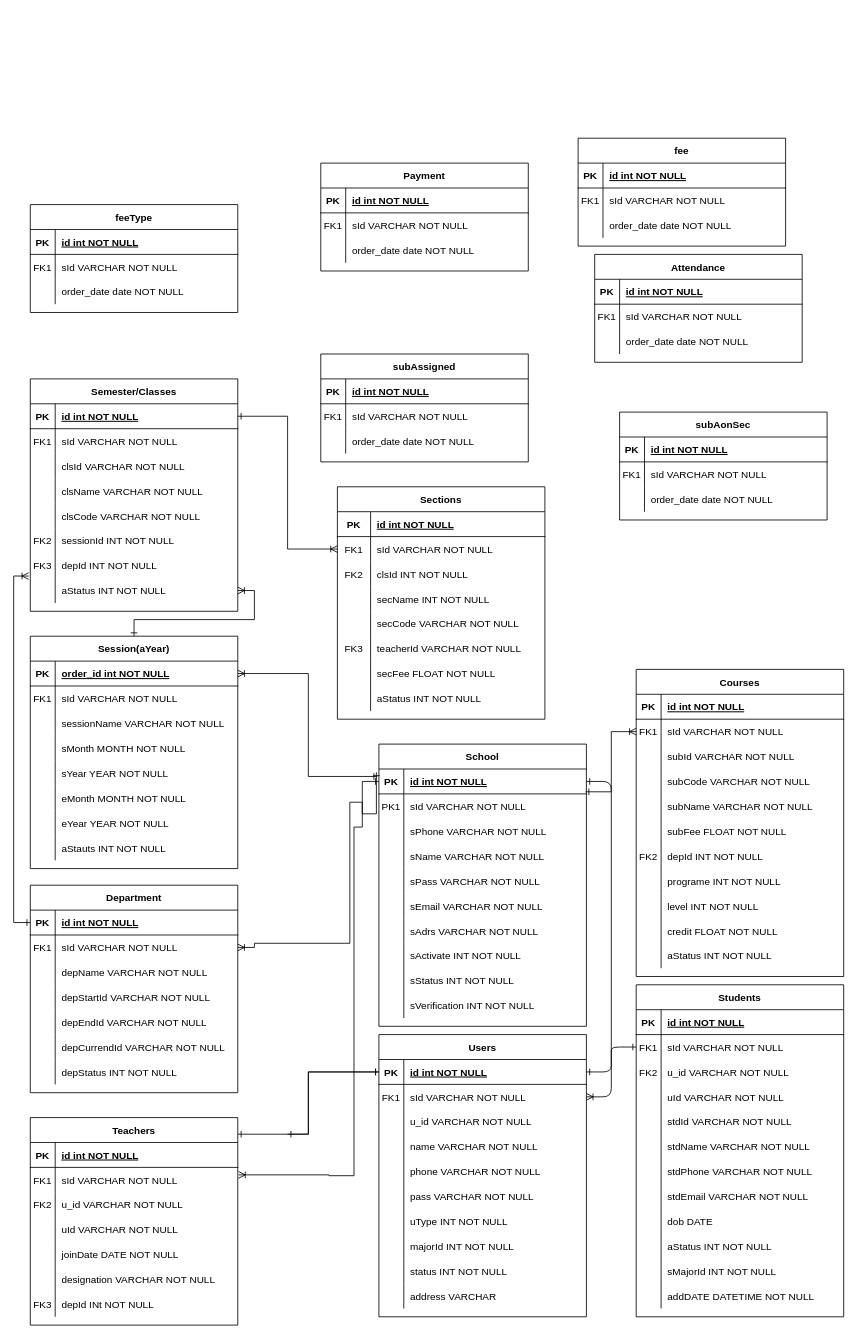
FF-Practice/FF_0 keeps this draw.io diagram as Untitled Diagram.drawio. Above is the earlier version. Source tidied: cells renumbered, new cells numbered last; positions are measured from the earlier drawing's top-left corner, leaving out a move shared by most shapes. Both pictures are drawn from the tidied source at 83%, with x=0, y=0 at pixel (13, 138).
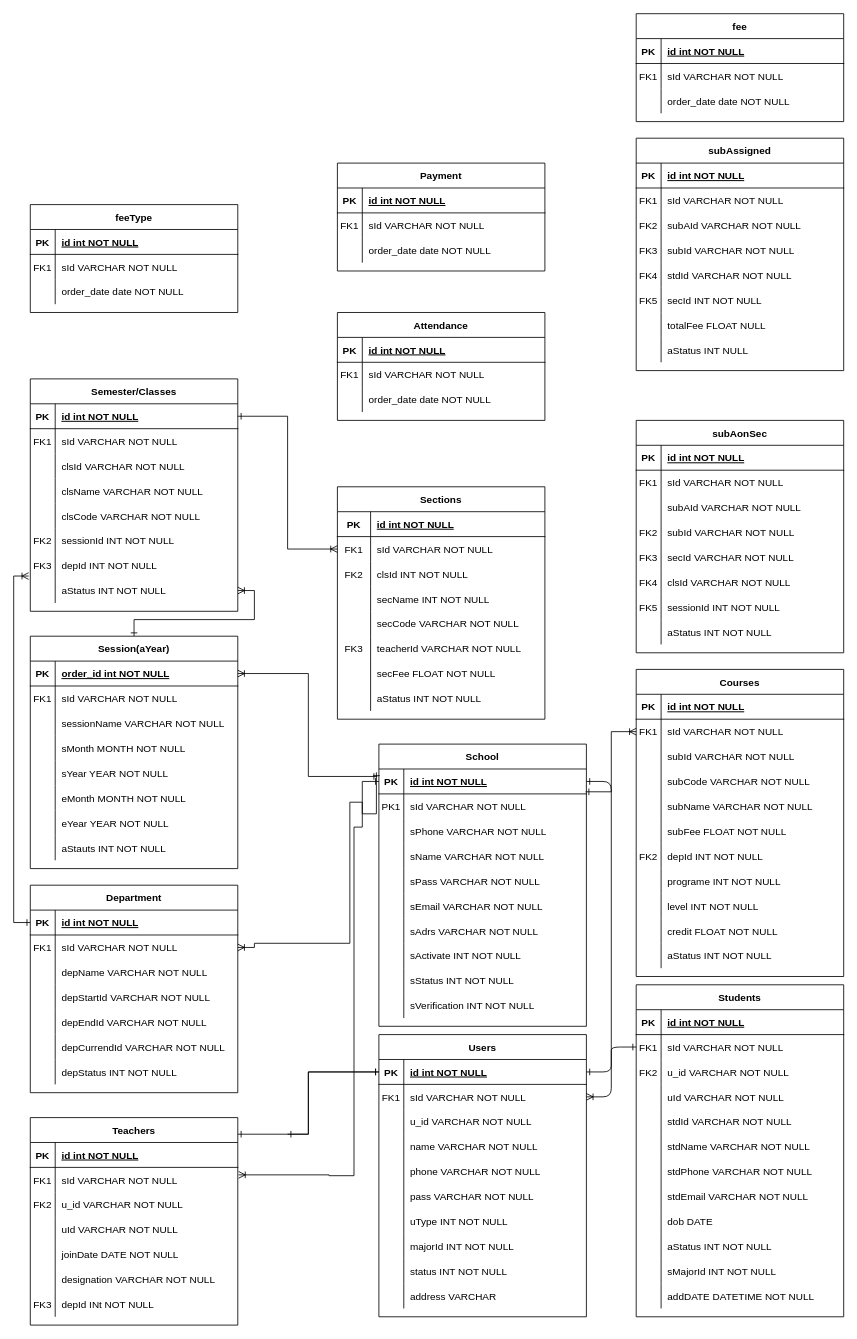
Above is the later version.

Unchanged cells that the change refers to:
```xml
<mxCell id="203" style="shape=partialRectangle;fillColor=none;top=0;left=0;right=0;bottom=0;" parent="196" vertex="1">
  <mxGeometry y="90" width="250" height="30" as="geometry" />
</mxCell>
<mxCell id="247" style="shape=partialRectangle;fillColor=none;top=0;left=0;right=0;bottom=0;" parent="240" vertex="1">
  <mxGeometry y="90" width="250" height="30" as="geometry" />
</mxCell>
```

Change to the diagram source:
```diff
@@
     <mxCell id="196" value="subAonSec" style="shape=table;startSize=30;childLayout=tableLayout;rowLines=0;fontStyle=1;align=center;" parent="1" vertex="1">
-      <mxGeometry x="730" y="330" width="250" height="130" as="geometry" />
+      <mxGeometry x="750" y="340" width="250" height="280" as="geometry" />
     </mxCell>
@@
-    <mxCell id="205" value="order_date date NOT NULL" style="shape=partialRectangle;overflow=hidden;fillColor=none;top=0;left=0;bottom=0;right=0;align=left;spacingLeft=6;" parent="203" vertex="1">
+    <mxCell id="205" value="subAId VARCHAR NOT NULL" style="shape=partialRectangle;overflow=hidden;fillColor=none;top=0;left=0;bottom=0;right=0;align=left;spacingLeft=6;" parent="203" vertex="1">
       <mxGeometry x="30" width="220" height="30" as="geometry" />
     </mxCell>
+    <mxCell id="325" style="shape=partialRectangle;fillColor=none;top=0;left=0;right=0;bottom=0;" parent="196" vertex="1">
+      <mxGeometry y="120" width="250" height="30" as="geometry" />
+    </mxCell>
+    <mxCell id="326" value="FK2" style="shape=partialRectangle;overflow=hidden;fillColor=none;top=0;left=0;bottom=0;right=0;" parent="325" vertex="1">
+      <mxGeometry width="30" height="30" as="geometry" />
+    </mxCell>
+    <mxCell id="327" value="subId VARCHAR NOT NULL" style="shape=partialRectangle;overflow=hidden;fillColor=none;top=0;left=0;bottom=0;right=0;align=left;spacingLeft=6;" parent="325" vertex="1">
+      <mxGeometry x="30" width="220" height="30" as="geometry" />
+    </mxCell>
+    <mxCell id="328" style="shape=partialRectangle;fillColor=none;top=0;left=0;right=0;bottom=0;" parent="196" vertex="1">
+      <mxGeometry y="150" width="250" height="30" as="geometry" />
+    </mxCell>
+    <mxCell id="329" value="FK3" style="shape=partialRectangle;overflow=hidden;fillColor=none;top=0;left=0;bottom=0;right=0;" parent="328" vertex="1">
+      <mxGeometry width="30" height="30" as="geometry" />
+    </mxCell>
+    <mxCell id="330" value="secId VARCHAR NOT NULL" style="shape=partialRectangle;overflow=hidden;fillColor=none;top=0;left=0;bottom=0;right=0;align=left;spacingLeft=6;" parent="328" vertex="1">
+      <mxGeometry x="30" width="220" height="30" as="geometry" />
+    </mxCell>
+    <mxCell id="331" style="shape=partialRectangle;fillColor=none;top=0;left=0;right=0;bottom=0;" parent="196" vertex="1">
+      <mxGeometry y="180" width="250" height="30" as="geometry" />
+    </mxCell>
+    <mxCell id="332" value="FK4" style="shape=partialRectangle;overflow=hidden;fillColor=none;top=0;left=0;bottom=0;right=0;" parent="331" vertex="1">
+      <mxGeometry width="30" height="30" as="geometry" />
+    </mxCell>
+    <mxCell id="333" value="clsId VARCHAR NOT NULL" style="shape=partialRectangle;overflow=hidden;fillColor=none;top=0;left=0;bottom=0;right=0;align=left;spacingLeft=6;" parent="331" vertex="1">
+      <mxGeometry x="30" width="220" height="30" as="geometry" />
+    </mxCell>
+    <mxCell id="334" style="shape=partialRectangle;fillColor=none;top=0;left=0;right=0;bottom=0;" parent="196" vertex="1">
+      <mxGeometry y="210" width="250" height="30" as="geometry" />
+    </mxCell>
+    <mxCell id="335" value="FK5" style="shape=partialRectangle;overflow=hidden;fillColor=none;top=0;left=0;bottom=0;right=0;" parent="334" vertex="1">
+      <mxGeometry width="30" height="30" as="geometry" />
+    </mxCell>
+    <mxCell id="336" value="sessionId INT NOT NULL" style="shape=partialRectangle;overflow=hidden;fillColor=none;top=0;left=0;bottom=0;right=0;align=left;spacingLeft=6;" parent="334" vertex="1">
+      <mxGeometry x="30" width="220" height="30" as="geometry" />
+    </mxCell>
+    <mxCell id="337" style="shape=partialRectangle;fillColor=none;top=0;left=0;right=0;bottom=0;" parent="196" vertex="1">
+      <mxGeometry y="240" width="250" height="30" as="geometry" />
+    </mxCell>
+    <mxCell id="338" style="shape=partialRectangle;overflow=hidden;fillColor=none;top=0;left=0;bottom=0;right=0;" parent="337" vertex="1">
+      <mxGeometry width="30" height="30" as="geometry" />
+    </mxCell>
+    <mxCell id="339" value="aStatus INT NOT NULL" style="shape=partialRectangle;overflow=hidden;fillColor=none;top=0;left=0;bottom=0;right=0;align=left;spacingLeft=6;" parent="337" vertex="1">
+      <mxGeometry x="30" width="220" height="30" as="geometry" />
+    </mxCell>
@@
     <mxCell id="240" value="subAssigned" style="shape=table;startSize=30;childLayout=tableLayout;rowLines=0;fontStyle=1;align=center;" parent="1" vertex="1">
-      <mxGeometry x="370" y="260" width="250" height="130" as="geometry" />
+      <mxGeometry x="750" width="250" height="280" as="geometry" />
     </mxCell>
@@
-    <mxCell id="248" style="shape=partialRectangle;overflow=hidden;fillColor=none;top=0;left=0;bottom=0;right=0;" parent="247" vertex="1">
+    <mxCell id="248" value="FK2" style="shape=partialRectangle;overflow=hidden;fillColor=none;top=0;left=0;bottom=0;right=0;" parent="247" vertex="1">
       <mxGeometry width="30" height="30" as="geometry" />
     </mxCell>
-    <mxCell id="249" value="order_date date NOT NULL" style="shape=partialRectangle;overflow=hidden;fillColor=none;top=0;left=0;bottom=0;right=0;align=left;spacingLeft=6;" parent="247" vertex="1">
+    <mxCell id="249" value="subAId VARCHAR NOT NULL" style="shape=partialRectangle;overflow=hidden;fillColor=none;top=0;left=0;bottom=0;right=0;align=left;spacingLeft=6;" parent="247" vertex="1">
       <mxGeometry x="30" width="220" height="30" as="geometry" />
     </mxCell>
+    <mxCell id="340" style="shape=partialRectangle;fillColor=none;top=0;left=0;right=0;bottom=0;" parent="240" vertex="1">
+      <mxGeometry y="120" width="250" height="30" as="geometry" />
+    </mxCell>
+    <mxCell id="341" value="FK3" style="shape=partialRectangle;overflow=hidden;fillColor=none;top=0;left=0;bottom=0;right=0;" parent="340" vertex="1">
+      <mxGeometry width="30" height="30" as="geometry" />
+    </mxCell>
+    <mxCell id="342" value="subId VARCHAR NOT NULL" style="shape=partialRectangle;overflow=hidden;fillColor=none;top=0;left=0;bottom=0;right=0;align=left;spacingLeft=6;" parent="340" vertex="1">
+      <mxGeometry x="30" width="220" height="30" as="geometry" />
+    </mxCell>
+    <mxCell id="343" style="shape=partialRectangle;fillColor=none;top=0;left=0;right=0;bottom=0;" parent="240" vertex="1">
+      <mxGeometry y="150" width="250" height="30" as="geometry" />
+    </mxCell>
+    <mxCell id="344" value="FK4" style="shape=partialRectangle;overflow=hidden;fillColor=none;top=0;left=0;bottom=0;right=0;" parent="343" vertex="1">
+      <mxGeometry width="30" height="30" as="geometry" />
+    </mxCell>
+    <mxCell id="345" value="stdId VARCHAR NOT NULL" style="shape=partialRectangle;overflow=hidden;fillColor=none;top=0;left=0;bottom=0;right=0;align=left;spacingLeft=6;" parent="343" vertex="1">
+      <mxGeometry x="30" width="220" height="30" as="geometry" />
+    </mxCell>
+    <mxCell id="346" style="shape=partialRectangle;fillColor=none;top=0;left=0;right=0;bottom=0;" parent="240" vertex="1">
+      <mxGeometry y="180" width="250" height="30" as="geometry" />
+    </mxCell>
+    <mxCell id="347" value="FK5" style="shape=partialRectangle;overflow=hidden;fillColor=none;top=0;left=0;bottom=0;right=0;" parent="346" vertex="1">
+      <mxGeometry width="30" height="30" as="geometry" />
+    </mxCell>
+    <mxCell id="348" value="secId INT NOT NULL" style="shape=partialRectangle;overflow=hidden;fillColor=none;top=0;left=0;bottom=0;right=0;align=left;spacingLeft=6;" parent="346" vertex="1">
+      <mxGeometry x="30" width="220" height="30" as="geometry" />
+    </mxCell>
+    <mxCell id="349" style="shape=partialRectangle;fillColor=none;top=0;left=0;right=0;bottom=0;" parent="240" vertex="1">
+      <mxGeometry y="210" width="250" height="30" as="geometry" />
+    </mxCell>
+    <mxCell id="350" style="shape=partialRectangle;overflow=hidden;fillColor=none;top=0;left=0;bottom=0;right=0;" parent="349" vertex="1">
+      <mxGeometry width="30" height="30" as="geometry" />
+    </mxCell>
+    <mxCell id="351" value="totalFee FLOAT NULL" style="shape=partialRectangle;overflow=hidden;fillColor=none;top=0;left=0;bottom=0;right=0;align=left;spacingLeft=6;" parent="349" vertex="1">
+      <mxGeometry x="30" width="220" height="30" as="geometry" />
+    </mxCell>
+    <mxCell id="352" style="shape=partialRectangle;fillColor=none;top=0;left=0;right=0;bottom=0;" parent="240" vertex="1">
+      <mxGeometry y="240" width="250" height="30" as="geometry" />
+    </mxCell>
+    <mxCell id="353" style="shape=partialRectangle;overflow=hidden;fillColor=none;top=0;left=0;bottom=0;right=0;" parent="352" vertex="1">
+      <mxGeometry width="30" height="30" as="geometry" />
+    </mxCell>
+    <mxCell id="354" value="aStatus INT NULL" style="shape=partialRectangle;overflow=hidden;fillColor=none;top=0;left=0;bottom=0;right=0;align=left;spacingLeft=6;" parent="352" vertex="1">
+      <mxGeometry x="30" width="220" height="30" as="geometry" />
+    </mxCell>
     <mxCell id="250" value="Payment" style="shape=table;startSize=30;childLayout=tableLayout;rowLines=0;fontStyle=1;align=center;" parent="1" vertex="1">
-      <mxGeometry x="370" y="30" width="250" height="130" as="geometry" />
+      <mxGeometry x="390" y="30" width="250" height="130" as="geometry" />
     </mxCell>
@@
     <mxCell id="260" value="fee" style="shape=table;startSize=30;childLayout=tableLayout;rowLines=0;fontStyle=1;align=center;" parent="1" vertex="1">
-      <mxGeometry x="680" width="250" height="130" as="geometry" />
+      <mxGeometry x="750" y="-150" width="250" height="130" as="geometry" />
     </mxCell>
@@
     <mxCell id="270" value="Attendance" style="shape=table;startSize=30;childLayout=tableLayout;rowLines=0;fontStyle=1;align=center;" parent="1" vertex="1">
-      <mxGeometry x="700" y="140" width="250" height="130" as="geometry" />
+      <mxGeometry x="390" y="210" width="250" height="130" as="geometry" />
     </mxCell>
```
